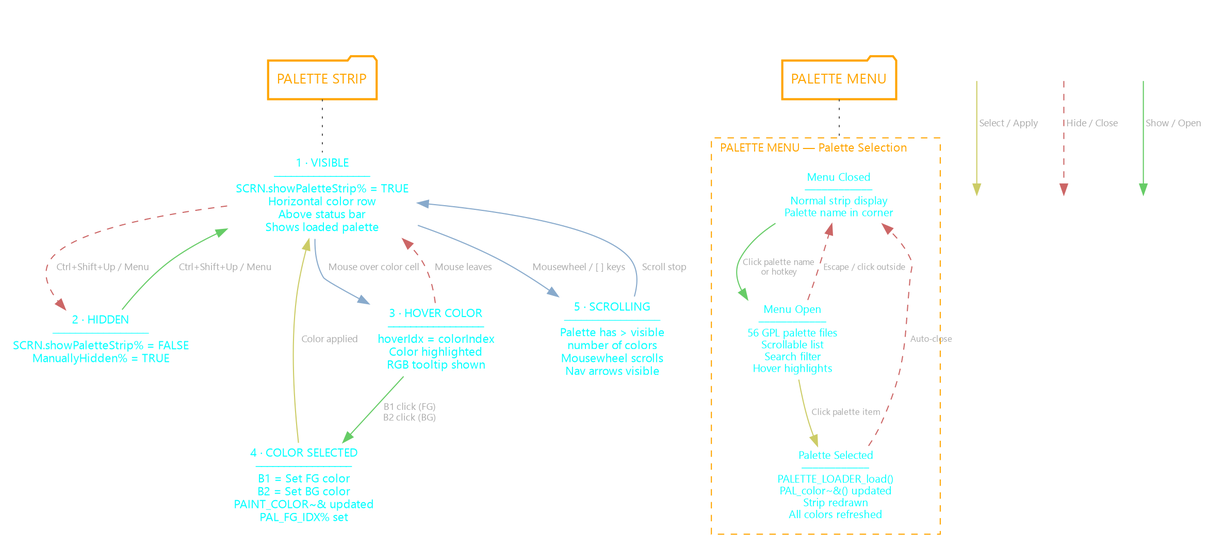
Before: PLANS/diagrams/GUI/PALETTE-STRIP-STATES.png, a diagram exported from Graphviz (grymmjack/DRAW). Its source is kept beside it as PLANS/diagrams/GUI/PALETTE-STRIP-STATES.DOT.
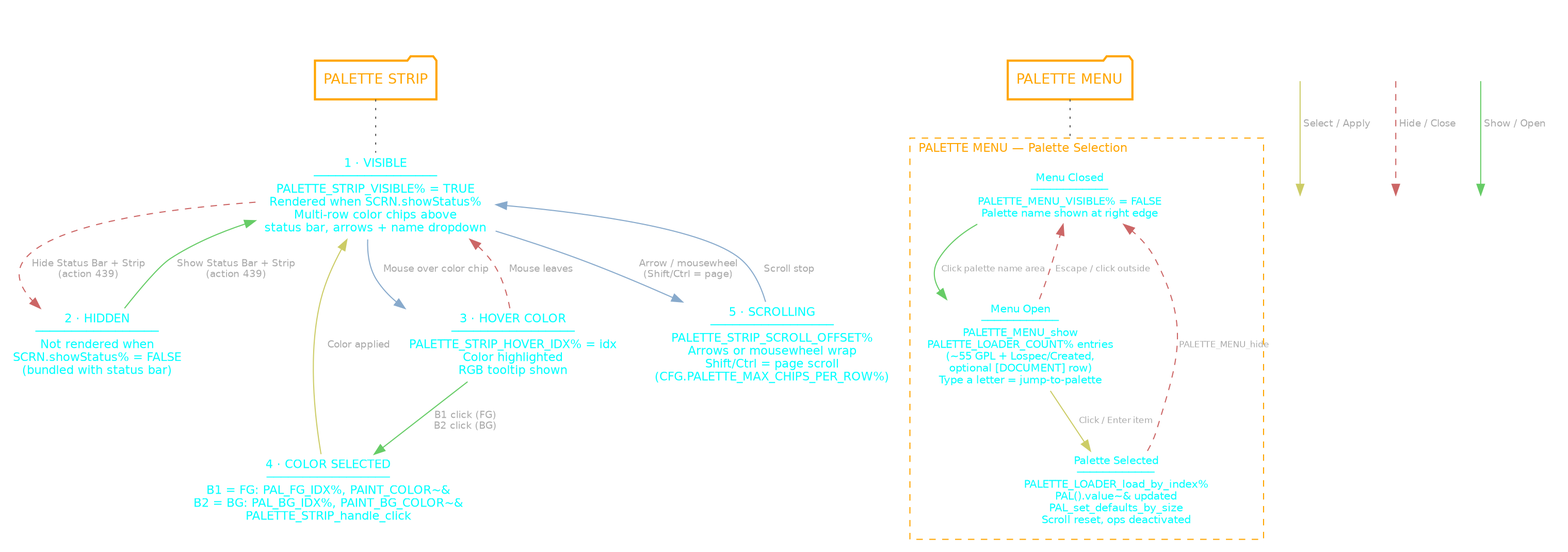
After the change.

The edit, as a diff of the source:
```diff
@@ -18,18 +18,18 @@
         MENU_F [label="PALETTE MENU"];
     }
 
-    S_VISIBLE [label="1 · VISIBLE\n─────────────────\nSCRN.showPaletteStrip% = TRUE\nHorizontal color row\nAbove status bar\nShows loaded palette"];
-    S_HIDDEN [label="2 · HIDDEN\n─────────────────\nSCRN.showPaletteStrip% = FALSE\nManuallyHidden% = TRUE"];
-    S_HOVER [label="3 · HOVER COLOR\n─────────────────\nhoverIdx = colorIndex\nColor highlighted\nRGB tooltip shown"];
-    S_SELECT [label="4 · COLOR SELECTED\n─────────────────\nB1 = Set FG color\nB2 = Set BG color\nPAINT_COLOR~& updated\nPAL_FG_IDX% set"];
-    S_SCROLL [label="5 · SCROLLING\n─────────────────\nPalette has > visible\nnumber of colors\nMousewheel scrolls\nNav arrows visible"];
+    S_VISIBLE [label="1 · VISIBLE\n─────────────────\nPALETTE_STRIP_VISIBLE% = TRUE\nRendered when SCRN.showStatus%\nMulti-row color chips above\nstatus bar, arrows + name dropdown"];
+    S_HIDDEN [label="2 · HIDDEN\n─────────────────\nNot rendered when\nSCRN.showStatus% = FALSE\n(bundled with status bar)"];
+    S_HOVER [label="3 · HOVER COLOR\n─────────────────\nPALETTE_STRIP_HOVER_IDX% = idx\nColor highlighted\nRGB tooltip shown"];
+    S_SELECT [label="4 · COLOR SELECTED\n─────────────────\nB1 = FG: PAL_FG_IDX%, PAINT_COLOR~&\nB2 = BG: PAL_BG_IDX%, PAINT_BG_COLOR~&\nPALETTE_STRIP_handle_click"];
+    S_SCROLL [label="5 · SCROLLING\n─────────────────\nPALETTE_STRIP_SCROLL_OFFSET%\nArrows or mousewheel wrap\nShift/Ctrl = page scroll\n(CFG.PALETTE_MAX_CHIPS_PER_ROW%)"];
 
-    S_VISIBLE -> S_HIDDEN [label="  Ctrl+Shift+Up / Menu" color="#cc6666" style=dashed];
-    S_HIDDEN -> S_VISIBLE [label="  Ctrl+Shift+Up / Menu" color="#66cc66"];
-    S_VISIBLE -> S_HOVER [label="  Mouse over color cell" color="#88aacc"];
+    S_VISIBLE -> S_HIDDEN [label="  Hide Status Bar + Strip\n  (action 439)" color="#cc6666" style=dashed];
+    S_HIDDEN -> S_VISIBLE [label="  Show Status Bar + Strip\n  (action 439)" color="#66cc66"];
+    S_VISIBLE -> S_HOVER [label="  Mouse over color chip" color="#88aacc"];
     S_HOVER -> S_SELECT [label="  B1 click (FG)\n  B2 click (BG)" color="#66cc66"];
     S_SELECT -> S_VISIBLE [label="  Color applied" color="#cccc66"];
-    S_VISIBLE -> S_SCROLL [label="  Mousewheel / [ ] keys" color="#88aacc"];
+    S_VISIBLE -> S_SCROLL [label="  Arrow / mousewheel\n  (Shift/Ctrl = page)" color="#88aacc"];
     S_SCROLL -> S_VISIBLE [label="  Scroll stop" color="#88aacc"];
     S_HOVER -> S_VISIBLE [label="  Mouse leaves" color="#cc6666" style=dashed];
 
@@ -38,16 +38,16 @@
         fontcolor=orange fontsize=11.0 fontname="Cascadia Code PL"
         color=orange style=dashed penwidth=1
 
-        PM_CLOSED [label="Menu Closed\n────────────\nNormal strip display\nPalette name in corner"
+        PM_CLOSED [label="Menu Closed\n────────────\nPALETTE_MENU_VISIBLE% = FALSE\nPalette name shown at right edge"
                    fontsize=10.0];
-        PM_OPEN [label="Menu Open\n────────────\n56 GPL palette files\nScrollable list\nSearch filter\nHover highlights"
+        PM_OPEN [label="Menu Open\n────────────\nPALETTE_MENU_show\nPALETTE_LOADER_COUNT% entries\n(~55 GPL + Lospec/Created,\noptional [DOCUMENT] row)\nType a letter = jump-to-palette"
                  fontsize=10.0];
-        PM_SELECT [label="Palette Selected\n────────────\nPALETTE_LOADER_load()\nPAL_color~&() updated\nStrip redrawn\nAll colors refreshed"
+        PM_SELECT [label="Palette Selected\n────────────\nPALETTE_LOADER_load_by_index%\nPAL().value~& updated\nPAL_set_defaults_by_size\nScroll reset, ops deactivated"
                    fontsize=10.0];
 
-        PM_CLOSED -> PM_OPEN [label=" Click palette name\n or hotkey" color="#66cc66" fontsize=8.0];
-        PM_OPEN -> PM_SELECT [label=" Click palette item" color="#cccc66" fontsize=8.0];
-        PM_SELECT -> PM_CLOSED [label=" Auto-close" color="#cc6666" fontsize=8.0 style=dashed];
+        PM_CLOSED -> PM_OPEN [label=" Click palette name area" color="#66cc66" fontsize=8.0];
+        PM_OPEN -> PM_SELECT [label=" Click / Enter item" color="#cccc66" fontsize=8.0];
+        PM_SELECT -> PM_CLOSED [label=" PALETTE_MENU_hide" color="#cc6666" fontsize=8.0 style=dashed];
         PM_OPEN -> PM_CLOSED [label=" Escape / click outside" color="#cc6666" fontsize=8.0 style=dashed];
     }
 
```
